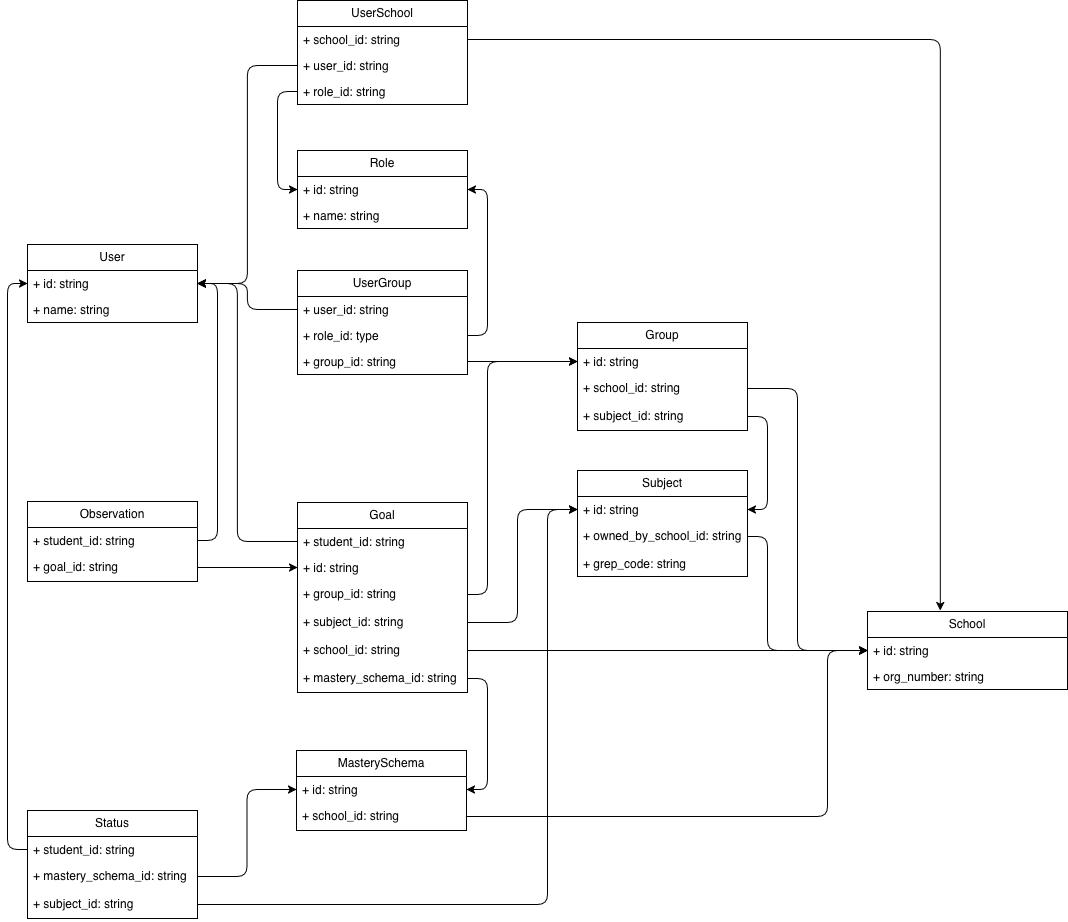
The draw.io diagram notes/mestring-diagram-2026-04-15.drawio.png in Oslo-kommune-Utdanningsetaten/mestring, before a commit. Source tidied: cells renumbered, new cells last; positions are measured from the earlier drawing's top-left corner, leaving out a move shared by most shapes.
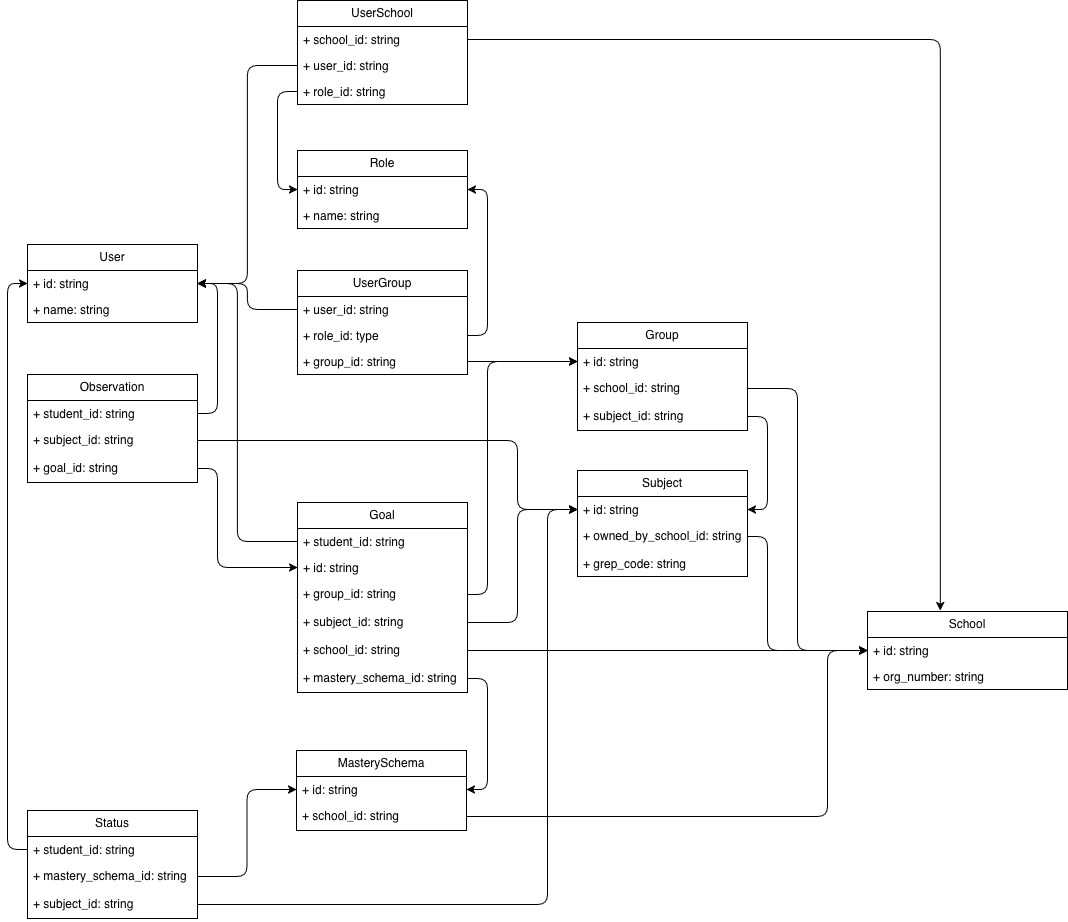
After the change.

Change to the diagram source:
```diff
@@ -154,25 +154,17 @@
       <mxGeometry relative="1" as="geometry" />
     </mxCell>
     <mxCell id="44" value="Observation" style="swimlane;fontStyle=0;horizontal=1;startSize=26;fillColor=none;whiteSpace=wrap;html=1;labelBackgroundColor=none;rounded=1;arcSize=0;" parent="1" vertex="1">
-      <mxGeometry y="501" width="170" height="80" as="geometry" />
+      <mxGeometry y="374" width="170" height="108" as="geometry" />
     </mxCell>
     <mxCell id="45" value="+ student_id: string" style="text;strokeColor=none;fillColor=none;align=left;verticalAlign=top;spacingLeft=4;spacingRight=4;overflow=hidden;points=[[0,0.5],[1,0.5]];portConstraint=eastwest;whiteSpace=wrap;html=1;labelBackgroundColor=none;rounded=1;" parent="44" vertex="1">
       <mxGeometry y="26" width="170" height="26" as="geometry" />
     </mxCell>
+    <mxCell id="64" value="+ subject_id: string" style="text;strokeColor=none;fillColor=none;align=left;verticalAlign=top;spacingLeft=4;spacingRight=4;overflow=hidden;points=[[0,0.5],[1,0.5]];portConstraint=eastwest;whiteSpace=wrap;html=1;labelBackgroundColor=none;rounded=1;" parent="44" vertex="1">
+      <mxGeometry y="52" width="170" height="28" as="geometry" />
+    </mxCell>
     <mxCell id="46" value="+ goal_id: string" style="text;strokeColor=none;fillColor=none;align=left;verticalAlign=top;spacingLeft=4;spacingRight=4;overflow=hidden;points=[[0,0.5],[1,0.5]];portConstraint=eastwest;whiteSpace=wrap;html=1;labelBackgroundColor=none;rounded=1;" parent="44" vertex="1">
-      <mxGeometry y="52" width="170" height="28" as="geometry" />
+      <mxGeometry y="80" width="170" height="28" as="geometry" />
     </mxCell>
-    <mxCell id="47" style="edgeStyle=orthogonalEdgeStyle;rounded=1;jettySize=auto;html=1;labelBackgroundColor=none;fontColor=default;" parent="1" edge="1" source="46" target="35">
-      <mxGeometry relative="1" as="geometry" />
-    </mxCell>
-    <mxCell id="48" style="edgeStyle=orthogonalEdgeStyle;rounded=1;jettySize=auto;html=1;labelBackgroundColor=none;fontColor=default;" parent="1" edge="1" source="45" target="16">
-      <mxGeometry relative="1" as="geometry">
-        <Array as="points">
-          <mxPoint x="190" y="540" />
-          <mxPoint x="190" y="283" />
-        </Array>
-      </mxGeometry>
-    </mxCell>
     <mxCell id="49" value="MasterySchema" style="swimlane;fontStyle=0;horizontal=1;startSize=26;fillColor=none;whiteSpace=wrap;html=1;labelBackgroundColor=none;rounded=1;arcSize=0;" parent="1" vertex="1">
       <mxGeometry x="269" y="750" width="170" height="80" as="geometry" />
     </mxCell>
@@ -243,5 +235,24 @@
         </Array>
       </mxGeometry>
     </mxCell>
+    <mxCell id="48" style="edgeStyle=orthogonalEdgeStyle;rounded=1;jettySize=auto;html=1;exitX=1;exitY=0.5;exitDx=0;exitDy=0;entryX=1;entryY=0.5;entryDx=0;entryDy=0;" parent="1" edge="1" source="45" target="16">
+      <mxGeometry relative="1" as="geometry" />
+    </mxCell>
+    <mxCell id="47" style="edgeStyle=orthogonalEdgeStyle;rounded=1;jettySize=auto;html=1;exitX=1;exitY=0.5;exitDx=0;exitDy=0;entryX=0;entryY=0.5;entryDx=0;entryDy=0;" parent="1" edge="1" source="46" target="35">
+      <mxGeometry relative="1" as="geometry">
+        <Array as="points">
+          <mxPoint x="190" y="468" />
+          <mxPoint x="190" y="567" />
+        </Array>
+      </mxGeometry>
+    </mxCell>
+    <mxCell id="65" style="edgeStyle=orthogonalEdgeStyle;rounded=1;jettySize=auto;html=1;exitX=1;exitY=0.5;exitDx=0;exitDy=0;" parent="1" edge="1" source="64" target="29">
+      <mxGeometry relative="1" as="geometry">
+        <Array as="points">
+          <mxPoint x="490" y="440" />
+          <mxPoint x="490" y="509" />
+        </Array>
+      </mxGeometry>
+    </mxCell>
   </root>
 </mxGraphModel>
```
